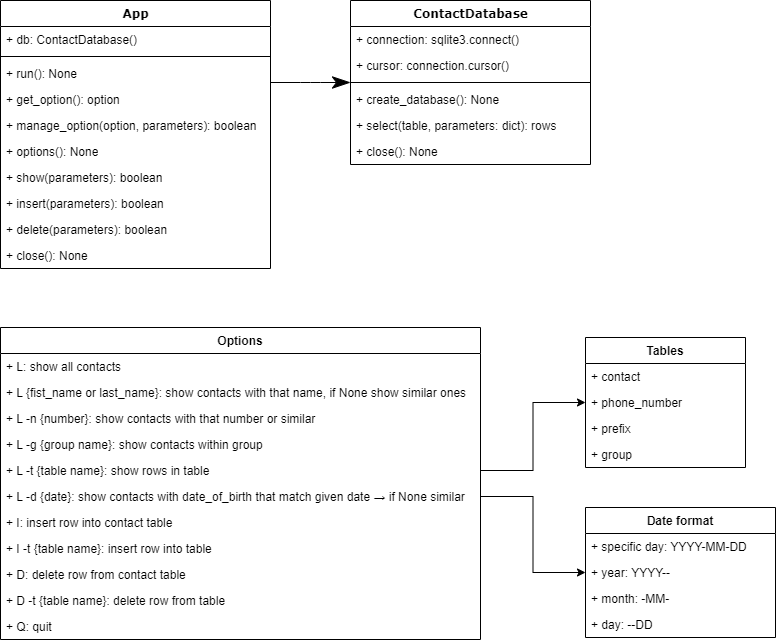
The draw.io diagram diagram/diagram.png in tom-alexa/ContactDatabase, before a commit. Source tidied: cells renumbered, new cells last; positions are measured from the earlier drawing's top-left corner, leaving out a move shared by most shapes.
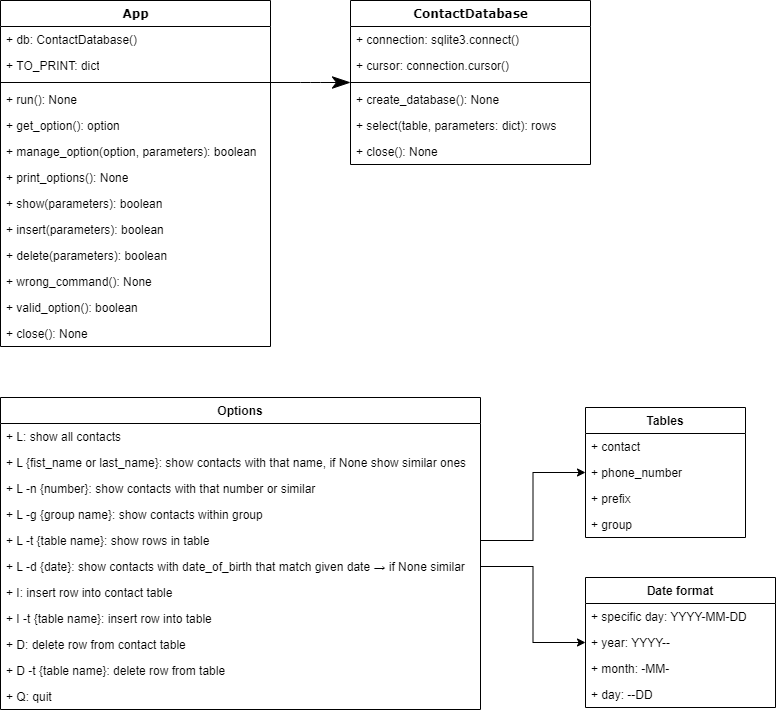
Later version of the same file.

Commit message:
Add select contact table from database

Change to the diagram source:
```diff
@@ -3,40 +3,49 @@
     <mxCell id="0" />
     <mxCell id="1" parent="0" />
     <mxCell id="2" value="App" style="swimlane;html=1;fontStyle=1;align=center;verticalAlign=top;horizontal=1;startSize=26;swimlaneFillColor=#ffffff;rounded=0;shadow=0;comic=0;labelBackgroundColor=none;strokeWidth=1;fillColor=default;fontFamily=Verdana;fontSize=12;" parent="1" vertex="1">
-      <mxGeometry width="270" height="268" as="geometry" />
+      <mxGeometry y="-70" width="270" height="346" as="geometry" />
     </mxCell>
     <mxCell id="3" value="+ db: ContactDatabase()" style="text;html=1;strokeColor=none;fillColor=none;align=left;verticalAlign=top;spacingLeft=4;spacingRight=4;whiteSpace=wrap;overflow=hidden;" parent="2" vertex="1">
       <mxGeometry y="26" width="270" height="26" as="geometry" />
     </mxCell>
+    <mxCell id="45" value="+ TO_PRINT: dict" style="text;html=1;strokeColor=none;fillColor=none;align=left;verticalAlign=top;spacingLeft=4;spacingRight=4;whiteSpace=wrap;overflow=hidden;" parent="2" vertex="1">
+      <mxGeometry y="52" width="270" height="26" as="geometry" />
+    </mxCell>
     <mxCell id="4" style="line;html=1;strokeWidth=1;fillColor=none;align=left;verticalAlign=middle;spacingTop=-1;spacingLeft=3;spacingRight=3;labelPosition=right;" parent="2" vertex="1">
-      <mxGeometry y="52" width="270" height="8" as="geometry" />
+      <mxGeometry y="78" width="270" height="8" as="geometry" />
     </mxCell>
     <mxCell id="5" value="+ run(): None" style="text;html=1;strokeColor=none;fillColor=none;align=left;verticalAlign=top;spacingLeft=4;spacingRight=4;whiteSpace=wrap;overflow=hidden;" parent="2" vertex="1">
-      <mxGeometry y="60" width="270" height="26" as="geometry" />
+      <mxGeometry y="86" width="270" height="26" as="geometry" />
     </mxCell>
     <mxCell id="6" value="+ get_option(): option" style="text;html=1;strokeColor=none;fillColor=none;align=left;verticalAlign=top;spacingLeft=4;spacingRight=4;whiteSpace=wrap;overflow=hidden;" parent="2" vertex="1">
-      <mxGeometry y="86" width="270" height="26" as="geometry" />
+      <mxGeometry y="112" width="270" height="26" as="geometry" />
     </mxCell>
     <mxCell id="7" value="+ manage_option(option, parameters): boolean" style="text;html=1;strokeColor=none;fillColor=none;align=left;verticalAlign=top;spacingLeft=4;spacingRight=4;whiteSpace=wrap;overflow=hidden;" parent="2" vertex="1">
-      <mxGeometry y="112" width="270" height="26" as="geometry" />
+      <mxGeometry y="138" width="270" height="26" as="geometry" />
     </mxCell>
-    <mxCell id="8" value="+ options(): None" style="text;html=1;strokeColor=none;fillColor=none;align=left;verticalAlign=top;spacingLeft=4;spacingRight=4;whiteSpace=wrap;overflow=hidden;" parent="2" vertex="1">
-      <mxGeometry y="138" width="270" height="26" as="geometry" />
+    <mxCell id="8" value="+ print_options(): None" style="text;html=1;strokeColor=none;fillColor=none;align=left;verticalAlign=top;spacingLeft=4;spacingRight=4;whiteSpace=wrap;overflow=hidden;" parent="2" vertex="1">
+      <mxGeometry y="164" width="270" height="26" as="geometry" />
     </mxCell>
     <mxCell id="9" value="+ show(parameters): boolean" style="text;html=1;strokeColor=none;fillColor=none;align=left;verticalAlign=top;spacingLeft=4;spacingRight=4;whiteSpace=wrap;overflow=hidden;" parent="2" vertex="1">
-      <mxGeometry y="164" width="270" height="26" as="geometry" />
+      <mxGeometry y="190" width="270" height="26" as="geometry" />
     </mxCell>
     <mxCell id="10" value="+ insert(parameters): boolean" style="text;html=1;strokeColor=none;fillColor=none;align=left;verticalAlign=top;spacingLeft=4;spacingRight=4;whiteSpace=wrap;overflow=hidden;" parent="2" vertex="1">
-      <mxGeometry y="190" width="270" height="26" as="geometry" />
+      <mxGeometry y="216" width="270" height="26" as="geometry" />
     </mxCell>
     <mxCell id="11" value="+ delete(parameters): boolean" style="text;html=1;strokeColor=none;fillColor=none;align=left;verticalAlign=top;spacingLeft=4;spacingRight=4;whiteSpace=wrap;overflow=hidden;" parent="2" vertex="1">
-      <mxGeometry y="216" width="270" height="26" as="geometry" />
+      <mxGeometry y="242" width="270" height="26" as="geometry" />
     </mxCell>
+    <mxCell id="46" value="+ wrong_command(): None" style="text;html=1;strokeColor=none;fillColor=none;align=left;verticalAlign=top;spacingLeft=4;spacingRight=4;whiteSpace=wrap;overflow=hidden;" parent="2" vertex="1">
+      <mxGeometry y="268" width="270" height="26" as="geometry" />
+    </mxCell>
+    <mxCell id="47" value="+ valid_option(): boolean" style="text;html=1;strokeColor=none;fillColor=none;align=left;verticalAlign=top;spacingLeft=4;spacingRight=4;whiteSpace=wrap;overflow=hidden;" parent="2" vertex="1">
+      <mxGeometry y="294" width="270" height="26" as="geometry" />
+    </mxCell>
     <mxCell id="12" value="+ close(): None" style="text;html=1;strokeColor=none;fillColor=none;align=left;verticalAlign=top;spacingLeft=4;spacingRight=4;whiteSpace=wrap;overflow=hidden;" parent="2" vertex="1">
-      <mxGeometry y="242" width="270" height="26" as="geometry" />
+      <mxGeometry y="320" width="270" height="26" as="geometry" />
     </mxCell>
     <mxCell id="13" value="ContactDatabase" style="swimlane;html=1;fontStyle=1;align=center;verticalAlign=top;horizontal=1;startSize=26;swimlaneFillColor=#ffffff;rounded=0;shadow=0;comic=0;labelBackgroundColor=none;strokeWidth=1;fillColor=default;fontFamily=Verdana;fontSize=12;" parent="1" vertex="1">
-      <mxGeometry x="350" width="240" height="164" as="geometry" />
+      <mxGeometry x="350" y="-70" width="240" height="164" as="geometry" />
     </mxCell>
     <mxCell id="14" value="+ connection: sqlite3.connect()" style="text;html=1;strokeColor=none;fillColor=none;align=left;verticalAlign=top;spacingLeft=4;spacingRight=4;whiteSpace=wrap;overflow=hidden;" parent="13" vertex="1">
       <mxGeometry y="26" width="240" height="26" as="geometry" />
```
